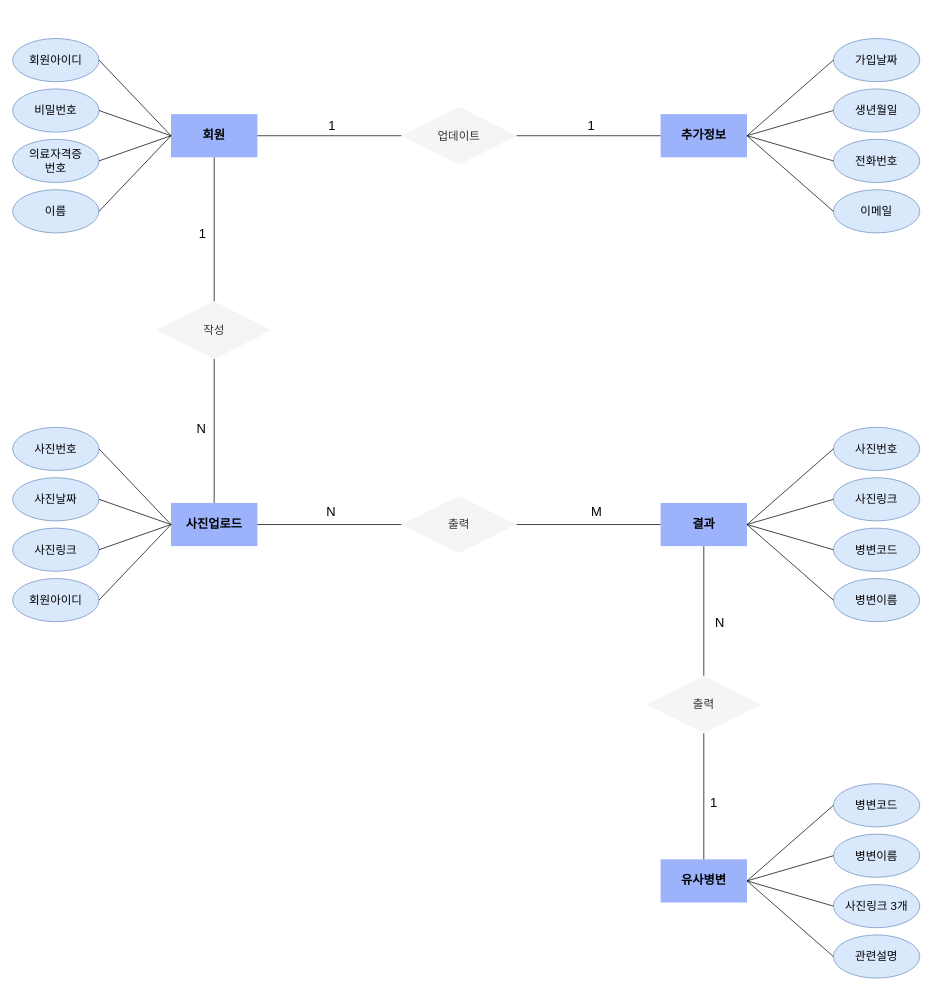
LEEMOARE/GOAT_41 keeps this draw.io diagram as E-R Diagram.drawio. Above is the earlier version. Source tidied: cells renumbered, new cells numbered last; positions are measured from the earlier drawing's top-left corner, leaving out a move shared by most shapes. Both pictures are drawn from the tidied source at 72%, with x=0, y=0 at pixel (12, 38).
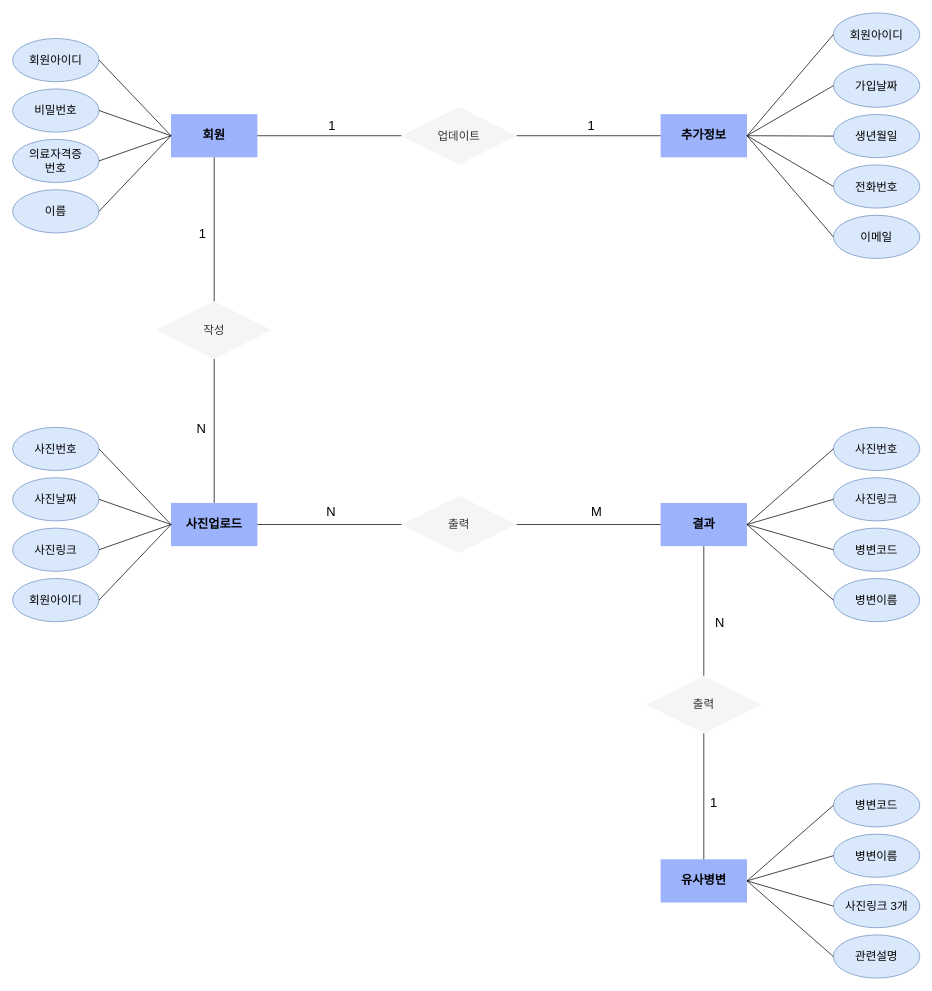
Above is the later version.

Unchanged cells that the change refers to:
```xml
<mxCell id="12" value="추가정보" style="rounded=0;whiteSpace=wrap;html=1;fillColor=#9CB3FC;strokeColor=none;fontSize=17;fontStyle=1;" parent="1" vertex="1">
  <mxGeometry x="900" y="105" width="120" height="60" as="geometry" />
</mxCell>
```

Diff of the diagram source:
```diff
@@
     <mxCell id="16" value="가입날짜" style="ellipse;whiteSpace=wrap;html=1;fillColor=#dae8fc;strokeColor=#6c8ebf;fontSize=16;" parent="1" vertex="1">
-      <mxGeometry x="1140" width="120" height="60" as="geometry" />
+      <mxGeometry x="1140" y="35.5" width="120" height="60" as="geometry" />
     </mxCell>
     <mxCell id="17" value="생년월일" style="ellipse;whiteSpace=wrap;html=1;fillColor=#dae8fc;strokeColor=#6c8ebf;fontSize=16;" parent="1" vertex="1">
-      <mxGeometry x="1140" y="70" width="120" height="60" as="geometry" />
+      <mxGeometry x="1140" y="105.5" width="120" height="60" as="geometry" />
     </mxCell>
     <mxCell id="18" value="전화번호" style="ellipse;whiteSpace=wrap;html=1;fillColor=#dae8fc;strokeColor=#6c8ebf;fontSize=16;" parent="1" vertex="1">
-      <mxGeometry x="1140" y="140" width="120" height="60" as="geometry" />
+      <mxGeometry x="1140" y="175.5" width="120" height="60" as="geometry" />
     </mxCell>
     <mxCell id="19" value="이메일" style="ellipse;whiteSpace=wrap;html=1;fillColor=#dae8fc;strokeColor=#6c8ebf;fontSize=16;" parent="1" vertex="1">
-      <mxGeometry x="1140" y="210" width="120" height="60" as="geometry" />
+      <mxGeometry x="1140" y="245.5" width="120" height="60" as="geometry" />
     </mxCell>
@@
+    <mxCell id="67" value="회원아이디" style="ellipse;whiteSpace=wrap;html=1;fillColor=#dae8fc;strokeColor=#6c8ebf;fontSize=16;" parent="1" vertex="1">
+      <mxGeometry x="1140" y="-35.5" width="120" height="60" as="geometry" />
+    </mxCell>
+    <mxCell id="68" style="endArrow=none;html=1;rounded=0;entryX=0;entryY=0.5;entryDx=0;entryDy=0;exitX=1;exitY=0.5;exitDx=0;exitDy=0;" parent="1" edge="1" source="12" target="67">
+      <mxGeometry relative="1" as="geometry" />
+    </mxCell>
```
